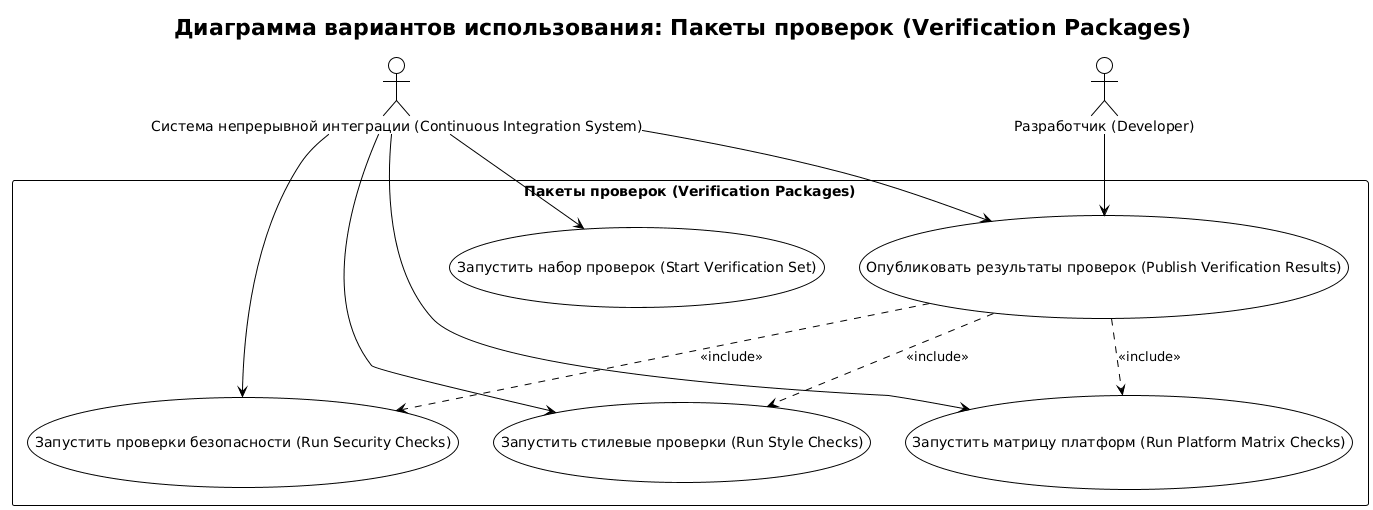
This is docs/requirements/сценарии/verification-packages/diagrams/verification-packages-overview.png from Druk83/RRDCS, a PlantUML export, as it was before one commit.
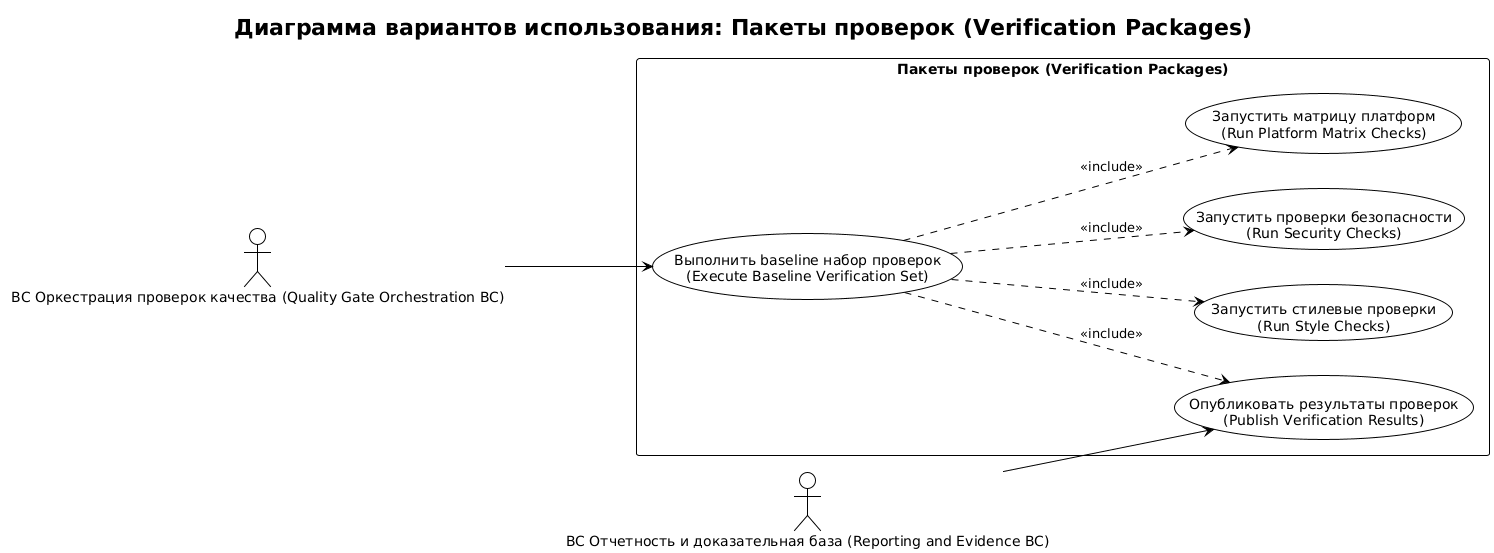
The same diagram one commit later.

What changed in the source:
```diff
@@ -1,28 +1,26 @@
 @startuml verification-packages-overview
 !theme plain
 skinparam backgroundColor #FFFFFF
+left to right direction
 title Диаграмма вариантов использования: Пакеты проверок (Verification Packages)
 
-actor "Система непрерывной интеграции (Continuous Integration System)" as CI
-actor "Разработчик (Developer)" as Dev
+actor "BC Оркестрация проверок качества (Quality Gate Orchestration BC)" as QGO
+actor "BC Отчетность и доказательная база (Reporting and Evidence BC)" as RE
 
 rectangle "Пакеты проверок (Verification Packages)" {
-  usecase "Запустить набор проверок (Start Verification Set)" as UC1
-  usecase "Запустить стилевые проверки (Run Style Checks)" as UC2
-  usecase "Запустить проверки безопасности (Run Security Checks)" as UC3
-  usecase "Запустить матрицу платформ (Run Platform Matrix Checks)" as UC4
-  usecase "Опубликовать результаты проверок (Publish Verification Results)" as UC5
+  usecase "Выполнить baseline набор проверок\n(Execute Baseline Verification Set)" as UC1
+  usecase "Запустить стилевые проверки\n(Run Style Checks)" as UC2
+  usecase "Запустить проверки безопасности\n(Run Security Checks)" as UC3
+  usecase "Запустить матрицу платформ\n(Run Platform Matrix Checks)" as UC4
+  usecase "Опубликовать результаты проверок\n(Publish Verification Results)" as UC5
 }
 
-CI --> UC1
-CI --> UC2
-CI --> UC3
-CI --> UC4
-CI --> UC5
-Dev --> UC5
+QGO --> UC1
+RE --> UC5
 
-UC5 ..> UC2 : <<include>>
-UC5 ..> UC3 : <<include>>
-UC5 ..> UC4 : <<include>>
+UC1 ..> UC2 : <<include>>
+UC1 ..> UC3 : <<include>>
+UC1 ..> UC4 : <<include>>
+UC1 ..> UC5 : <<include>>
 
 @enduml
```
